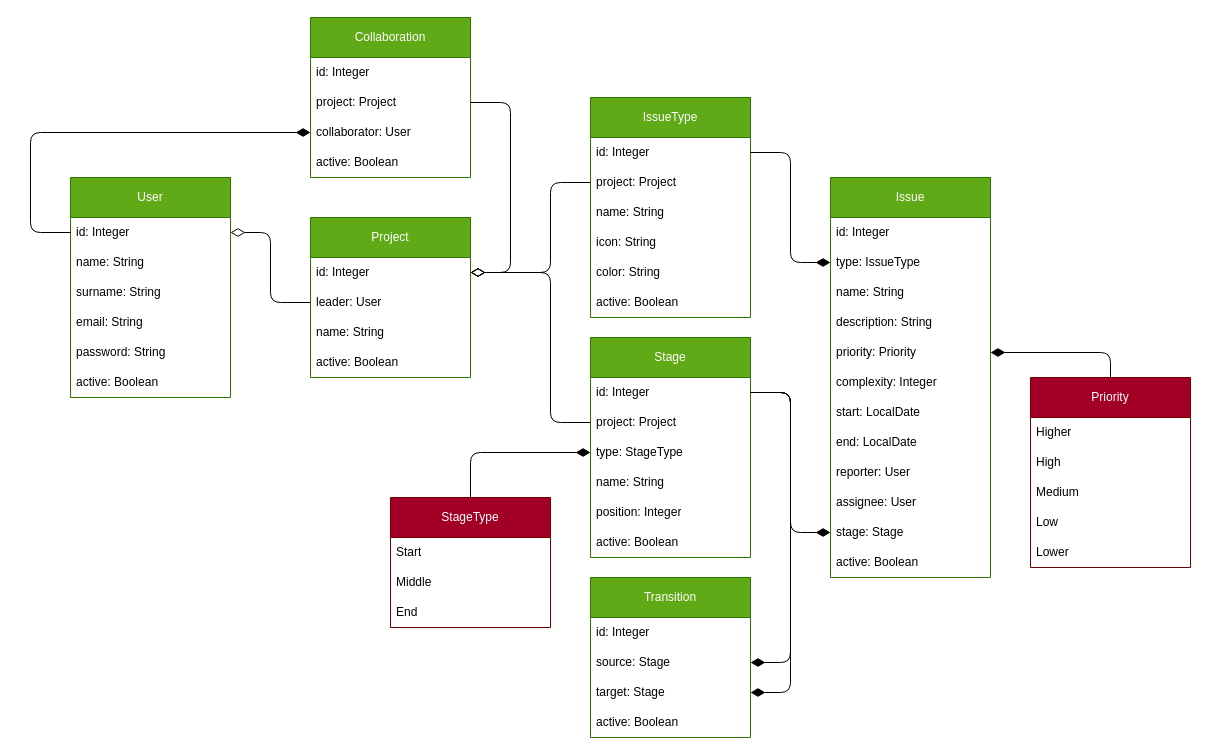
The draw.io diagram ClassDiagram.drawio in JDPT93/Tasking, before the edit. Source tidied: cells renumbered, new cells numbered last; positions are measured from the earlier drawing's top-left corner, leaving out a move shared by most shapes. Both pictures are drawn from the tidied source at 100%, with x=0, y=0 at pixel (30, 17).
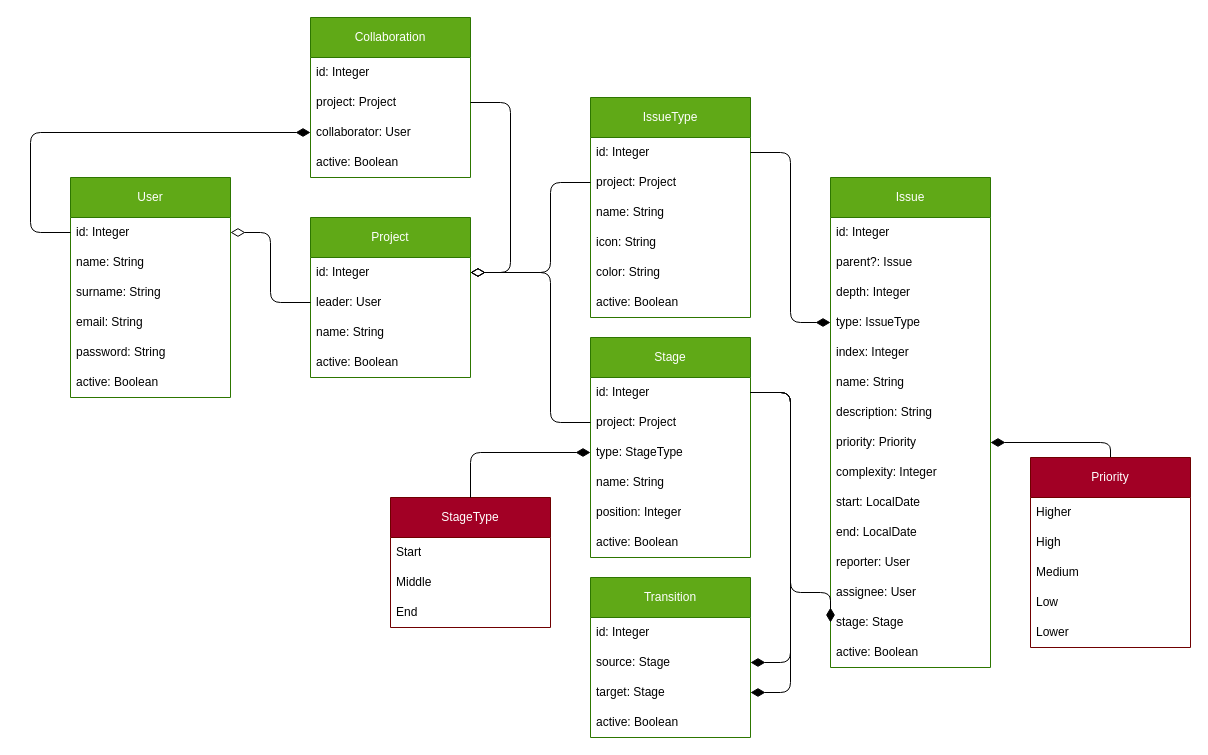
The same diagram, later.

The change refers to these unchanged cells:
```xml
<mxCell id="16" value="id: Integer" style="text;strokeColor=none;fillColor=none;align=left;verticalAlign=middle;spacingLeft=4;spacingRight=4;overflow=hidden;points=[[0,0.5],[1,0.5]];portConstraint=eastwest;whiteSpace=wrap;html=1;" parent="15" vertex="1">
  <mxGeometry y="40" width="160" height="30" as="geometry" />
</mxCell>
<mxCell id="38" value="id: Integer" style="text;strokeColor=none;fillColor=none;align=left;verticalAlign=middle;spacingLeft=4;spacingRight=4;overflow=hidden;points=[[0,0.5],[1,0.5]];portConstraint=eastwest;whiteSpace=wrap;html=1;" parent="37" vertex="1">
  <mxGeometry y="40" width="160" height="30" as="geometry" />
</mxCell>
```

What changed in the source:
```diff
@@
     <mxCell id="22" value="Issue" style="swimlane;fontStyle=0;horizontal=1;startSize=40;whiteSpace=wrap;html=1;fillColor=#60a917;fontColor=#ffffff;strokeColor=#2D7600;" parent="1" vertex="1">
-      <mxGeometry x="800" y="160" width="160" height="400" as="geometry" />
+      <mxGeometry x="800" y="160" width="160" height="490" as="geometry" />
     </mxCell>
@@
+    <mxCell id="72" value="parent?: Issue" style="text;strokeColor=none;fillColor=none;align=left;verticalAlign=middle;spacingLeft=4;spacingRight=4;overflow=hidden;whiteSpace=wrap;html=1;" parent="22" vertex="1">
+      <mxGeometry y="70" width="160" height="30" as="geometry" />
+    </mxCell>
+    <mxCell id="73" value="depth: Integer" style="text;strokeColor=none;fillColor=none;align=left;verticalAlign=middle;spacingLeft=4;spacingRight=4;overflow=hidden;whiteSpace=wrap;html=1;" parent="22" vertex="1">
+      <mxGeometry y="100" width="160" height="30" as="geometry" />
+    </mxCell>
     <mxCell id="24" value="type: IssueType" style="text;strokeColor=none;fillColor=none;align=left;verticalAlign=middle;spacingLeft=4;spacingRight=4;overflow=hidden;points=[[0,0.5],[1,0.5]];portConstraint=eastwest;whiteSpace=wrap;html=1;" parent="22" vertex="1">
-      <mxGeometry y="70" width="160" height="30" as="geometry" />
+      <mxGeometry y="130" width="160" height="30" as="geometry" />
     </mxCell>
+    <mxCell id="74" value="index: Integer" style="text;strokeColor=none;fillColor=none;align=left;verticalAlign=middle;spacingLeft=4;spacingRight=4;overflow=hidden;whiteSpace=wrap;html=1;" parent="22" vertex="1">
+      <mxGeometry y="160" width="160" height="30" as="geometry" />
+    </mxCell>
     <mxCell id="25" value="name: String" style="text;strokeColor=none;fillColor=none;align=left;verticalAlign=middle;spacingLeft=4;spacingRight=4;overflow=hidden;whiteSpace=wrap;html=1;" parent="22" vertex="1">
-      <mxGeometry y="100" width="160" height="30" as="geometry" />
+      <mxGeometry y="190" width="160" height="30" as="geometry" />
     </mxCell>
     <mxCell id="26" value="description: String" style="text;strokeColor=none;fillColor=none;align=left;verticalAlign=middle;spacingLeft=4;spacingRight=4;overflow=hidden;whiteSpace=wrap;html=1;" parent="22" vertex="1">
-      <mxGeometry y="130" width="160" height="30" as="geometry" />
+      <mxGeometry y="220" width="160" height="30" as="geometry" />
     </mxCell>
     <mxCell id="27" value="priority: Priority" style="text;strokeColor=none;fillColor=none;align=left;verticalAlign=middle;spacingLeft=4;spacingRight=4;overflow=hidden;points=[[0,0.5],[1,0.5]];portConstraint=eastwest;whiteSpace=wrap;html=1;" parent="22" vertex="1">
-      <mxGeometry y="160" width="160" height="30" as="geometry" />
+      <mxGeometry y="250" width="160" height="30" as="geometry" />
     </mxCell>
     <mxCell id="28" value="complexity: Integer" style="text;strokeColor=none;fillColor=none;align=left;verticalAlign=middle;spacingLeft=4;spacingRight=4;overflow=hidden;whiteSpace=wrap;html=1;" parent="22" vertex="1">
-      <mxGeometry y="190" width="160" height="30" as="geometry" />
+      <mxGeometry y="280" width="160" height="30" as="geometry" />
     </mxCell>
     <mxCell id="29" value="start: LocalDate" style="text;strokeColor=none;fillColor=none;align=left;verticalAlign=middle;spacingLeft=4;spacingRight=4;overflow=hidden;whiteSpace=wrap;html=1;" parent="22" vertex="1">
-      <mxGeometry y="220" width="160" height="30" as="geometry" />
+      <mxGeometry y="310" width="160" height="30" as="geometry" />
     </mxCell>
     <mxCell id="30" value="end: LocalDate" style="text;strokeColor=none;fillColor=none;align=left;verticalAlign=middle;spacingLeft=4;spacingRight=4;overflow=hidden;whiteSpace=wrap;html=1;" parent="22" vertex="1">
-      <mxGeometry y="250" width="160" height="30" as="geometry" />
+      <mxGeometry y="340" width="160" height="30" as="geometry" />
     </mxCell>
     <mxCell id="31" value="reporter: User" style="text;strokeColor=none;fillColor=none;align=left;verticalAlign=middle;spacingLeft=4;spacingRight=4;overflow=hidden;whiteSpace=wrap;html=1;" parent="22" vertex="1">
-      <mxGeometry y="280" width="160" height="30" as="geometry" />
+      <mxGeometry y="370" width="160" height="30" as="geometry" />
     </mxCell>
     <mxCell id="32" value="assignee: User" style="text;strokeColor=none;fillColor=none;align=left;verticalAlign=middle;spacingLeft=4;spacingRight=4;overflow=hidden;whiteSpace=wrap;html=1;" parent="22" vertex="1">
-      <mxGeometry y="310" width="160" height="30" as="geometry" />
+      <mxGeometry y="400" width="160" height="30" as="geometry" />
     </mxCell>
     <mxCell id="33" value="stage: Stage" style="text;strokeColor=none;fillColor=none;align=left;verticalAlign=middle;spacingLeft=4;spacingRight=4;overflow=hidden;points=[[0,0.5],[1,0.5]];portConstraint=eastwest;whiteSpace=wrap;html=1;" parent="22" vertex="1">
-      <mxGeometry y="340" width="160" height="30" as="geometry" />
+      <mxGeometry y="430" width="160" height="30" as="geometry" />
     </mxCell>
     <mxCell id="34" value="active: Boolean" style="text;strokeColor=none;fillColor=none;align=left;verticalAlign=middle;spacingLeft=4;spacingRight=4;overflow=hidden;whiteSpace=wrap;html=1;" parent="22" vertex="1">
-      <mxGeometry y="370" width="160" height="30" as="geometry" />
+      <mxGeometry y="460" width="160" height="30" as="geometry" />
     </mxCell>
@@
-    <mxCell id="36" style="edgeStyle=orthogonalEdgeStyle;html=1;exitX=1;exitY=0.5;exitDx=0;exitDy=0;strokeWidth=1;endArrow=diamondThin;endFill=1;endSize=12;" parent="1" edge="1" source="16" target="24">
+    <mxCell id="36" style="edgeStyle=orthogonalEdgeStyle;html=1;exitX=1;exitY=0.5;exitDx=0;exitDy=0;strokeWidth=1;endArrow=diamondThin;endFill=1;endSize=12;entryX=0;entryY=0.5;entryDx=0;entryDy=0;" parent="1" edge="1" source="16" target="24">
       <mxGeometry relative="1" as="geometry">
         <Array as="points">
           <mxPoint x="760" y="135" />
-          <mxPoint x="760" y="245" />
+          <mxPoint x="760" y="305" />
         </Array>
       </mxGeometry>
     </mxCell>
@@
     <mxCell id="64" style="edgeStyle=orthogonalEdgeStyle;html=1;exitX=1;exitY=0.5;exitDx=0;exitDy=0;entryX=0;entryY=0.5;entryDx=0;entryDy=0;strokeWidth=1;endArrow=diamondThin;endFill=1;endSize=12;" parent="1" edge="1" source="38" target="33">
       <mxGeometry relative="1" as="geometry">
         <Array as="points">
           <mxPoint x="760" y="375" />
-          <mxPoint x="760" y="515" />
+          <mxPoint x="760" y="575" />
         </Array>
       </mxGeometry>
     </mxCell>
@@
     <mxCell id="66" value="Priority" style="swimlane;fontStyle=0;horizontal=1;startSize=40;whiteSpace=wrap;html=1;fillColor=#a20025;fontColor=#ffffff;strokeColor=#6F0000;" parent="1" vertex="1">
-      <mxGeometry x="1000" y="360" width="160" height="190" as="geometry" />
+      <mxGeometry x="1000" y="440" width="160" height="190" as="geometry" />
     </mxCell>
```
